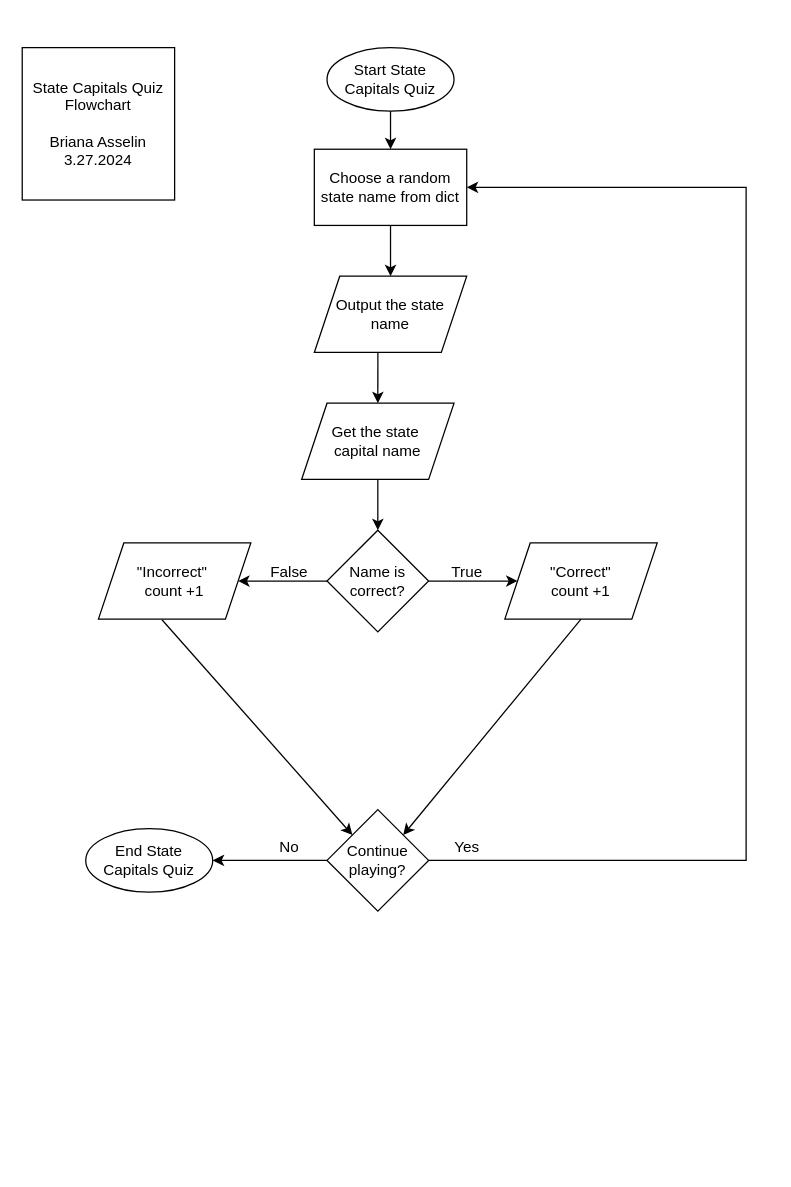
This is PracticeFlowchart.drawio from basselin2/IntroToPythonLCC, a draw.io file, before an edit. Source tidied: cells renumbered, new cells numbered last; positions are measured from the earlier drawing's top-left corner, leaving out a move shared by most shapes. Both pictures are drawn from the tidied source at 127%, with x=0, y=0 at pixel (22, 47).
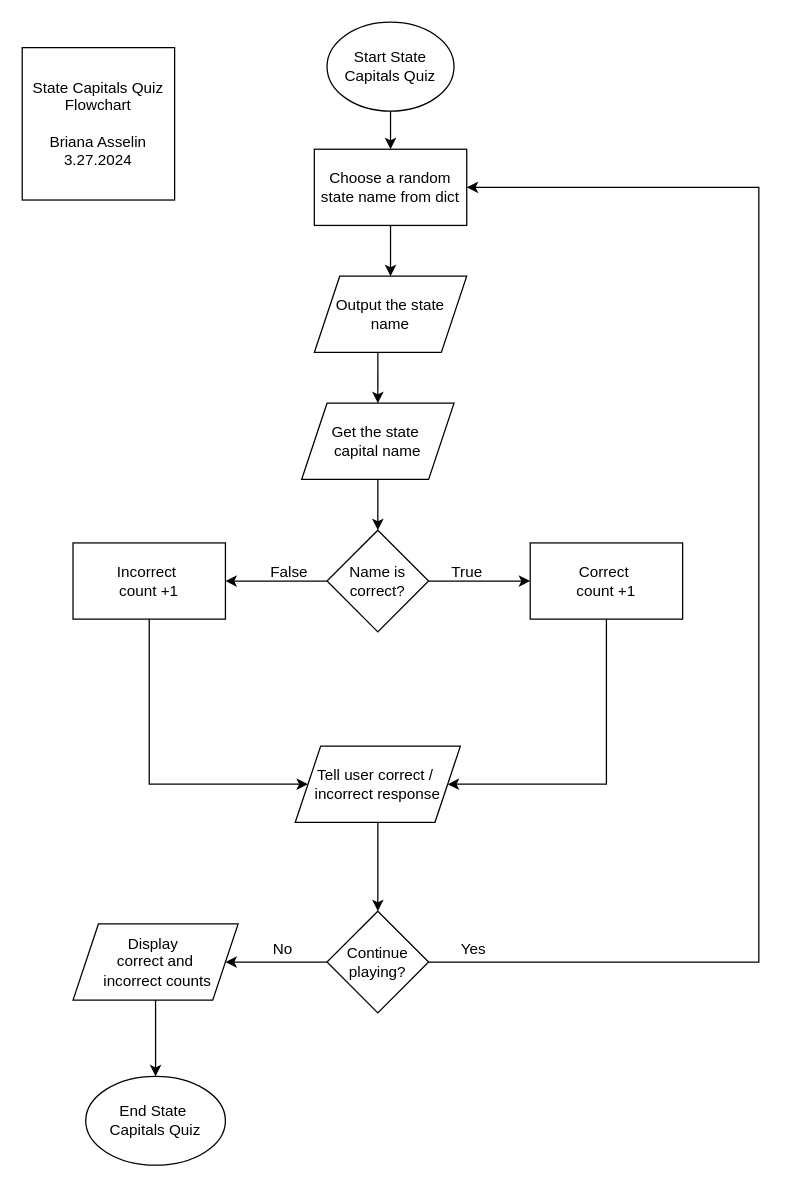
After the change.

Unchanged cells that the change refers to:
```xml
<mxCell id="6" value="Choose a random state name from dict" style="rounded=0;whiteSpace=wrap;html=1;" parent="1" vertex="1">
  <mxGeometry x="230" y="80" width="120" height="60" as="geometry" />
</mxCell>
<mxCell id="12" value="Name is correct?" style="rhombus;whiteSpace=wrap;html=1;" parent="1" vertex="1">
  <mxGeometry x="240" y="380" width="80" height="80" as="geometry" />
</mxCell>
```

What changed in the source:
```diff
@@
     <mxCell id="2" value="Start State Capitals Quiz" style="ellipse;whiteSpace=wrap;html=1;" parent="1" vertex="1">
-      <mxGeometry x="240" width="100" height="50" as="geometry" />
+      <mxGeometry x="240" y="-20" width="100" height="70" as="geometry" />
     </mxCell>
@@
-    <mxCell id="4" value="End State Capitals Quiz" style="ellipse;whiteSpace=wrap;html=1;" parent="1" vertex="1">
-      <mxGeometry x="50" y="615" width="100" height="50" as="geometry" />
+    <mxCell id="4" value="End State&amp;nbsp;&lt;div&gt;Capitals Quiz&lt;/div&gt;" style="ellipse;whiteSpace=wrap;html=1;" parent="1" vertex="1">
+      <mxGeometry x="50" y="810" width="110" height="70" as="geometry" />
     </mxCell>
@@
-    <mxCell id="10" style="edgeStyle=orthogonalEdgeStyle;rounded=0;jettySize=auto;html=1;" parent="1" edge="1" source="12" target="13">
+    <mxCell id="10" style="edgeStyle=orthogonalEdgeStyle;rounded=0;jettySize=auto;html=1;entryX=0;entryY=0.5;entryDx=0;entryDy=0;" parent="1" edge="1" source="12" target="28">
       <mxGeometry relative="1" as="geometry" />
     </mxCell>
-    <mxCell id="11" style="edgeStyle=orthogonalEdgeStyle;rounded=0;jettySize=auto;html=1;" parent="1" edge="1" source="12" target="15">
+    <mxCell id="11" style="edgeStyle=orthogonalEdgeStyle;rounded=0;jettySize=auto;html=1;entryX=1;entryY=0.5;entryDx=0;entryDy=0;" parent="1" edge="1" source="12" target="27">
       <mxGeometry relative="1" as="geometry" />
     </mxCell>
@@
-    <mxCell id="13" value="&quot;Correct&quot;&lt;div&gt;count +1&lt;/div&gt;" style="shape=parallelogram;perimeter=parallelogramPerimeter;whiteSpace=wrap;html=1;fixedSize=1;" parent="1" vertex="1">
-      <mxGeometry x="380" y="390" width="120" height="60" as="geometry" />
-    </mxCell>
@@
-    <mxCell id="15" value="&quot;Incorrect&quot;&amp;nbsp;&lt;div&gt;count +1&lt;/div&gt;" style="shape=parallelogram;perimeter=parallelogramPerimeter;whiteSpace=wrap;html=1;fixedSize=1;" parent="1" vertex="1">
-      <mxGeometry x="60" y="390" width="120" height="60" as="geometry" />
-    </mxCell>
@@
     <mxCell id="18" value="Continue playing?" style="rhombus;whiteSpace=wrap;html=1;" parent="1" vertex="1">
-      <mxGeometry x="240" y="600" width="80" height="80" as="geometry" />
+      <mxGeometry x="240" y="680" width="80" height="80" as="geometry" />
     </mxCell>
-    <mxCell id="19" style="endArrow=classic;html=1;rounded=0;exitX=0;exitY=0.5;exitDx=0;exitDy=0;entryX=1;entryY=0.5;entryDx=0;entryDy=0;" parent="1" edge="1" source="18" target="4">
+    <mxCell id="19" style="endArrow=classic;html=1;rounded=0;exitX=0;exitY=0.5;exitDx=0;exitDy=0;entryX=1;entryY=0.5;entryDx=0;entryDy=0;" parent="1" edge="1" source="18" target="26">
       <mxGeometry relative="1" as="geometry" />
     </mxCell>
     <mxCell id="20" style="endArrow=classic;html=1;rounded=0;exitX=1;exitY=0.5;exitDx=0;exitDy=0;entryX=1;entryY=0.5;entryDx=0;entryDy=0;" parent="1" edge="1" source="18" target="6">
       <mxGeometry relative="1" as="geometry">
         <Array as="points">
-          <mxPoint x="570" y="640" />
-          <mxPoint x="570" y="110" />
+          <mxPoint x="580" y="720" />
+          <mxPoint x="580" y="110" />
         </Array>
       </mxGeometry>
     </mxCell>
     <mxCell id="21" value="Yes" style="text;html=1;align=center;verticalAlign=middle;strokeColor=none;fillColor=none;" parent="1" vertex="1">
-      <mxGeometry x="330" y="615" width="40" height="30" as="geometry" />
+      <mxGeometry x="335" y="695" width="40" height="30" as="geometry" />
     </mxCell>
     <mxCell id="22" value="No" style="text;html=1;align=center;verticalAlign=middle;strokeColor=none;fillColor=none;" parent="1" vertex="1">
-      <mxGeometry x="190" y="615" width="40" height="30" as="geometry" />
+      <mxGeometry x="185" y="695" width="40" height="30" as="geometry" />
     </mxCell>
-    <mxCell id="23" style="endArrow=classic;html=1;rounded=0;exitX=0.417;exitY=1.008;exitDx=0;exitDy=0;exitPerimeter=0;entryX=0;entryY=0;entryDx=0;entryDy=0;" parent="1" edge="1" source="15" target="18">
-      <mxGeometry relative="1" as="geometry" />
+    <mxCell id="23" style="endArrow=classic;html=1;rounded=0;exitX=0.5;exitY=1;exitDx=0;exitDy=0;entryX=0;entryY=0.5;entryDx=0;entryDy=0;" parent="1" edge="1" source="27" target="30">
+      <mxGeometry relative="1" as="geometry">
+        <Array as="points">
+          <mxPoint x="100" y="580" />
+        </Array>
+      </mxGeometry>
     </mxCell>
-    <mxCell id="24" style="endArrow=classic;html=1;rounded=0;exitX=0.5;exitY=1;exitDx=0;exitDy=0;entryX=1;entryY=0;entryDx=0;entryDy=0;" parent="1" edge="1" source="13" target="18">
-      <mxGeometry relative="1" as="geometry" />
+    <mxCell id="24" style="endArrow=classic;html=1;rounded=0;exitX=0.5;exitY=1;exitDx=0;exitDy=0;entryX=1;entryY=0.5;entryDx=0;entryDy=0;" parent="1" edge="1" source="28" target="30">
+      <mxGeometry relative="1" as="geometry">
+        <Array as="points">
+          <mxPoint x="460" y="580" />
+        </Array>
+      </mxGeometry>
     </mxCell>
@@
+    <mxCell id="26" value="Display&amp;nbsp;&lt;div&gt;correct and&lt;/div&gt;&lt;div&gt;&amp;nbsp;incorrect counts&lt;/div&gt;" style="shape=parallelogram;perimeter=parallelogramPerimeter;whiteSpace=wrap;html=1;fixedSize=1;" parent="1" vertex="1">
+      <mxGeometry x="40" y="690" width="130" height="60" as="geometry" />
+    </mxCell>
+    <mxCell id="27" value="Incorrect&amp;nbsp;&lt;div&gt;count +1&lt;/div&gt;" style="rounded=0;whiteSpace=wrap;html=1;" parent="1" vertex="1">
+      <mxGeometry x="40" y="390" width="120" height="60" as="geometry" />
+    </mxCell>
+    <mxCell id="28" value="Correct&amp;nbsp;&lt;div&gt;count +1&lt;/div&gt;" style="rounded=0;whiteSpace=wrap;html=1;" parent="1" vertex="1">
+      <mxGeometry x="400" y="390" width="120" height="60" as="geometry" />
+    </mxCell>
+    <mxCell id="29" style="endArrow=classic;html=1;rounded=0;exitX=0.5;exitY=1;exitDx=0;exitDy=0;entryX=0.5;entryY=0;entryDx=0;entryDy=0;" parent="1" edge="1" source="26" target="4">
+      <mxGeometry relative="1" as="geometry" />
+    </mxCell>
+    <mxCell id="30" value="Tell user correct /&amp;nbsp;&lt;div&gt;incorrect response&lt;/div&gt;" style="shape=parallelogram;perimeter=parallelogramPerimeter;whiteSpace=wrap;html=1;fixedSize=1;" parent="1" vertex="1">
+      <mxGeometry x="215" y="550" width="130" height="60" as="geometry" />
+    </mxCell>
+    <mxCell id="31" style="endArrow=classic;html=1;rounded=0;exitX=0.5;exitY=1;exitDx=0;exitDy=0;entryX=0.5;entryY=0;entryDx=0;entryDy=0;" parent="1" edge="1" source="30" target="18">
+      <mxGeometry relative="1" as="geometry" />
+    </mxCell>
```
